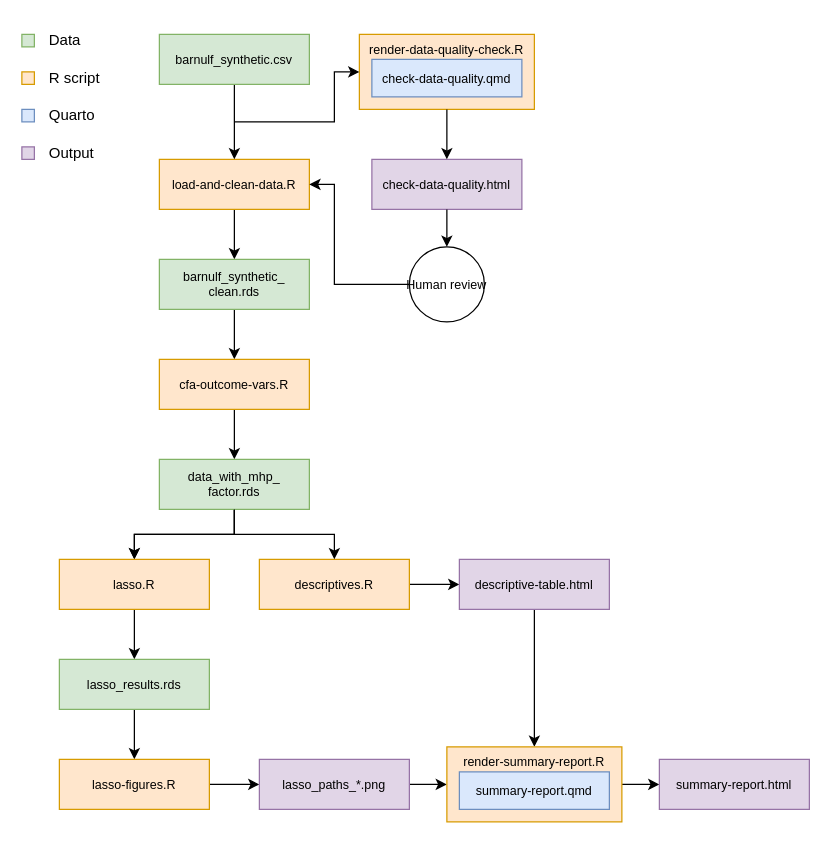
Earlier version of the draw.io diagram figure-pipe.drawio (MagIvarsson/git-course-exam). Source tidied: cells renumbered, new cells numbered last; positions are measured from the earlier drawing's top-left corner, leaving out a move shared by most shapes. Both pictures are drawn from the tidied source at 125%, with x=0, y=0 at pixel (21, 21).
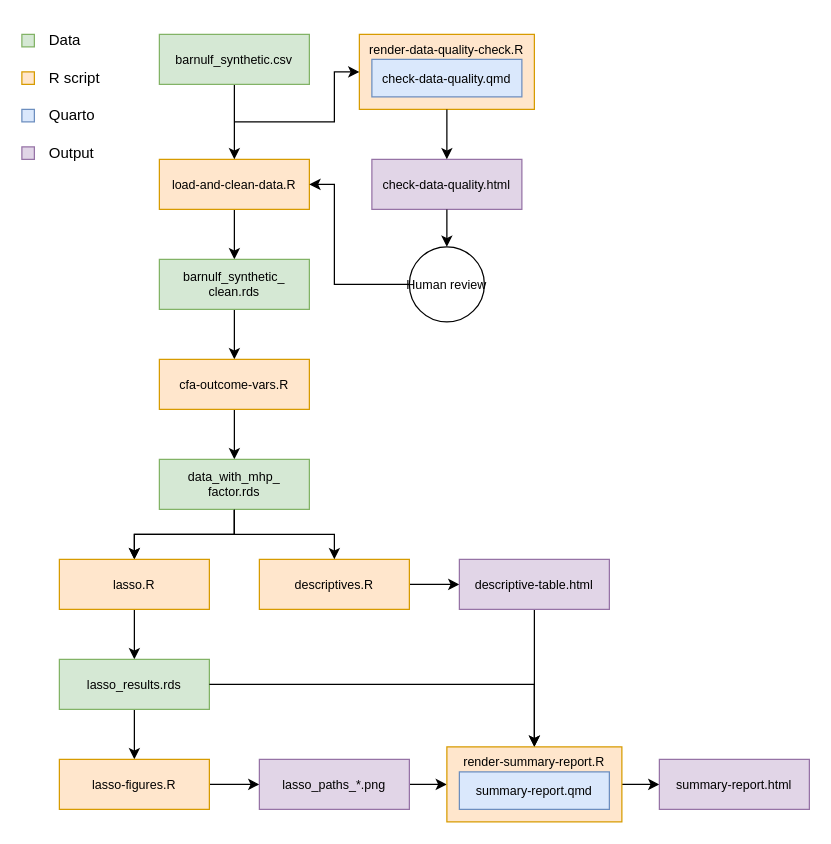
The same page after the edit.

Commit message:
Added last scripts to flow chart

The change refers to these unchanged cells:
```xml
<mxCell id="31" value="lasso_results.rds" style="rounded=0;whiteSpace=wrap;html=1;fillColor=#d5e8d4;strokeColor=#82b366;fontSize=10;" parent="1" vertex="1">
  <mxGeometry x="30" y="510" width="120" height="40" as="geometry" />
</mxCell>
<mxCell id="37" value="render-summary-report.R" style="rounded=0;whiteSpace=wrap;html=1;fillColor=#ffe6cc;strokeColor=#d79b00;verticalAlign=top;fontSize=10;" parent="1" vertex="1">
  <mxGeometry x="340" y="580" width="140" height="60" as="geometry" />
</mxCell>
```

Change to the diagram source:
```diff
@@
+    <mxCell id="46" style="edgeStyle=orthogonalEdgeStyle;rounded=0;jettySize=auto;html=1;entryX=0.5;entryY=0;entryDx=0;entryDy=0;exitX=1;exitY=0.5;exitDx=0;exitDy=0;" parent="1" edge="1" source="31" target="37">
+      <mxGeometry x="-0.48" relative="1" as="geometry" />
+    </mxCell>
```
